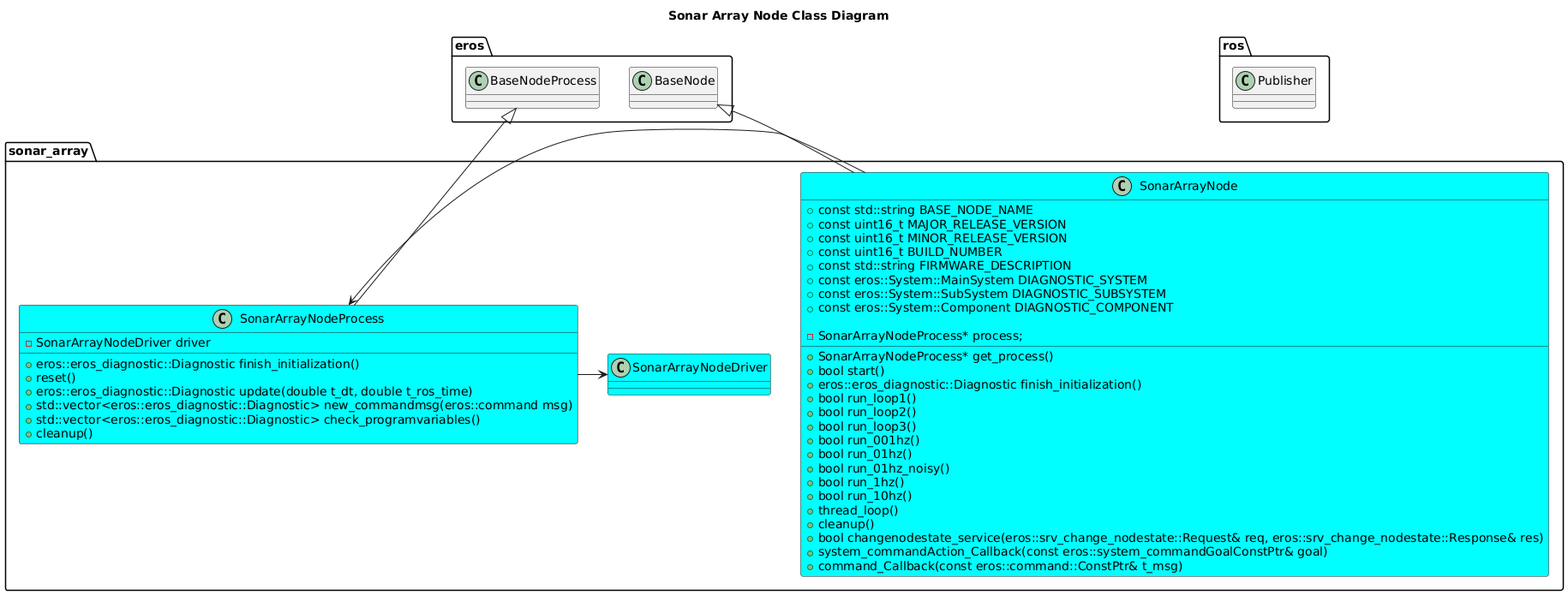
Earlier version of the PlantUML export nodes/SonarArrayNode/doc/output/SonarArrayNodeClassDiagram.png (fastrobotics/sonar_array). The source it was exported from:
```plantuml
@startuml
title Sonar Array Node Class Diagram
package ros {
  class Publisher
}
package eros {
  class BaseNode
  class BaseNodeProcess
}

package sonar_array {
  class SonarArrayNode #Cyan {
      +const std::string BASE_NODE_NAME
      +const uint16_t MAJOR_RELEASE_VERSION
      +const uint16_t MINOR_RELEASE_VERSION
      +const uint16_t BUILD_NUMBER
      +const std::string FIRMWARE_DESCRIPTION
      +const eros::System::MainSystem DIAGNOSTIC_SYSTEM
      +const eros::System::SubSystem DIAGNOSTIC_SUBSYSTEM
      +const eros::System::Component DIAGNOSTIC_COMPONENT
      +SonarArrayNodeProcess* get_process()
      +bool start()
      +eros::eros_diagnostic::Diagnostic finish_initialization()
      +bool run_loop1()
      +bool run_loop2()
      +bool run_loop3()
      +bool run_001hz()
      +bool run_01hz()
      +bool run_01hz_noisy()
      +bool run_1hz()
      +bool run_10hz()
      +thread_loop()
      +cleanup()
      +bool changenodestate_service(eros::srv_change_nodestate::Request& req, eros::srv_change_nodestate::Response& res)
      +system_commandAction_Callback(const eros::system_commandGoalConstPtr& goal)
      +command_Callback(const eros::command::ConstPtr& t_msg)

      -SonarArrayNodeProcess* process;
  }
  class SonarArrayNodeProcess #Cyan {
      +eros::eros_diagnostic::Diagnostic finish_initialization()
      +reset()
      +eros::eros_diagnostic::Diagnostic update(double t_dt, double t_ros_time)
      +std::vector<eros::eros_diagnostic::Diagnostic> new_commandmsg(eros::command msg)
      +std::vector<eros::eros_diagnostic::Diagnostic> check_programvariables()
      +cleanup()
      -SonarArrayNodeDriver driver

  }
  class SonarArrayNodeDriver #Cyan
  BaseNode <|-- SonarArrayNode
  BaseNodeProcess <|-- SonarArrayNodeProcess
  SonarArrayNode -> SonarArrayNodeProcess
  SonarArrayNodeProcess -> SonarArrayNodeDriver
}
@enduml
```
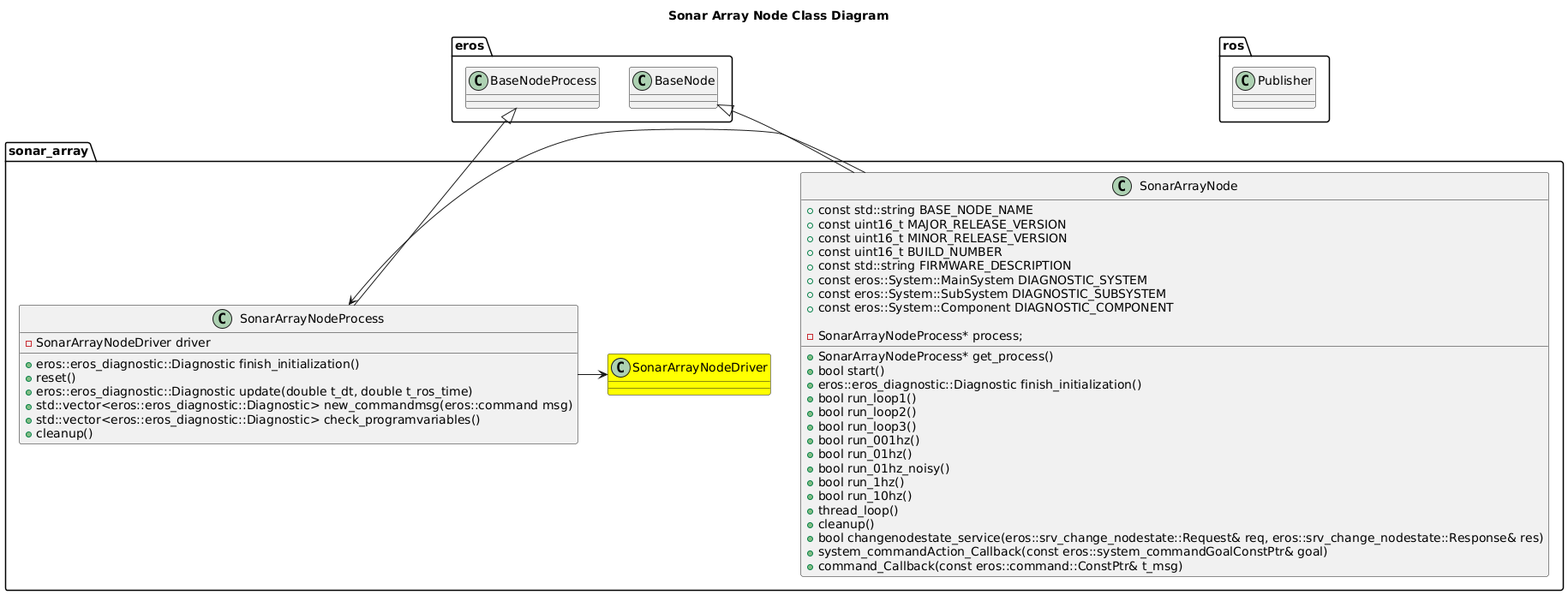
The same diagram one commit later.

Change to the diagram source:
```diff
@@ -9,7 +9,7 @@
 }
 
 package sonar_array {
-  class SonarArrayNode #Cyan {
+  class SonarArrayNode  {
       +const std::string BASE_NODE_NAME
       +const uint16_t MAJOR_RELEASE_VERSION
       +const uint16_t MINOR_RELEASE_VERSION
@@ -37,7 +37,7 @@
 
       -SonarArrayNodeProcess* process;
   }
-  class SonarArrayNodeProcess #Cyan {
+  class SonarArrayNodeProcess  {
       +eros::eros_diagnostic::Diagnostic finish_initialization()
       +reset()
       +eros::eros_diagnostic::Diagnostic update(double t_dt, double t_ros_time)
@@ -47,7 +47,7 @@
       -SonarArrayNodeDriver driver
 
   }
-  class SonarArrayNodeDriver #Cyan
+  class SonarArrayNodeDriver #Yellow
   BaseNode <|-- SonarArrayNode
   BaseNodeProcess <|-- SonarArrayNodeProcess
   SonarArrayNode -> SonarArrayNodeProcess
```
